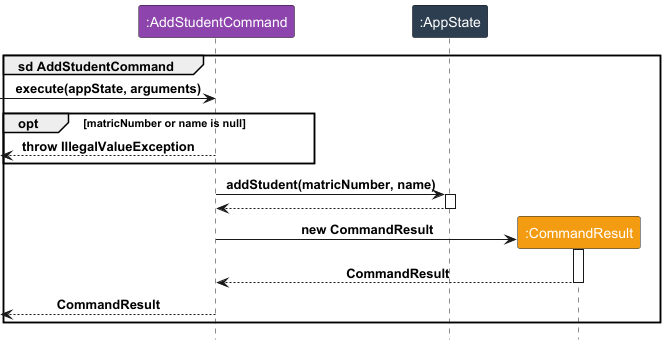
Earlier version of the PlantUML export docs/diagrams/AddStudentCommand.png (yeekian/tp).
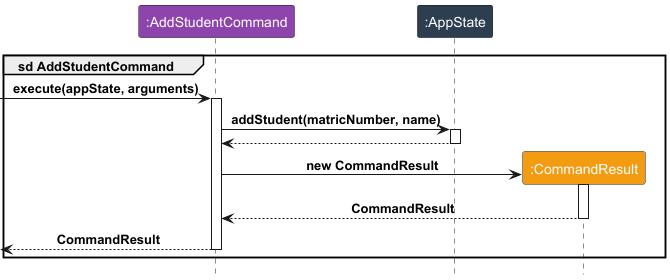
Later version of the same file.

What changed in the source:
```diff
@@ -6,10 +6,7 @@
 participant ":CommandResult" as R LOGIC_COLOR_8
 
 [-> C: execute(appState, arguments)
-
-opt matricNumber or name is null
-[<--C : throw IllegalValueException
-end
+activate C
 
 C -> A : addStudent(matricNumber, name)
 activate A
@@ -22,5 +19,6 @@
 deactivate R
 
 [<-- C : CommandResult
+deactivate C
 end
 @enduml
```
